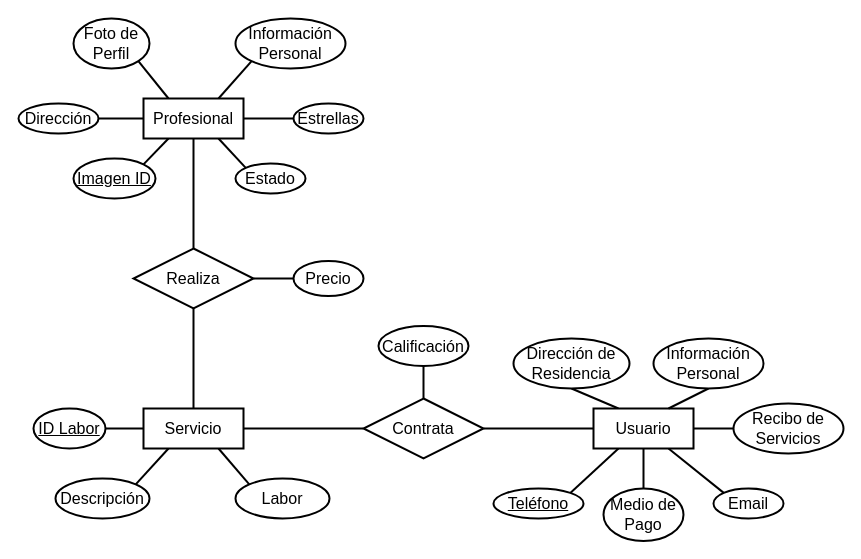
Hazzard1912/domesticapp keeps this draw.io diagram as Diagramas/Dragrama Entidad-Relacion.drawio. Above is the earlier version. Source tidied: cells renumbered, new cells numbered last; positions are measured from the earlier drawing's top-left corner, leaving out a move shared by most shapes. Both pictures are drawn from the tidied source at 100%, with x=0, y=0 at pixel (18, 18).
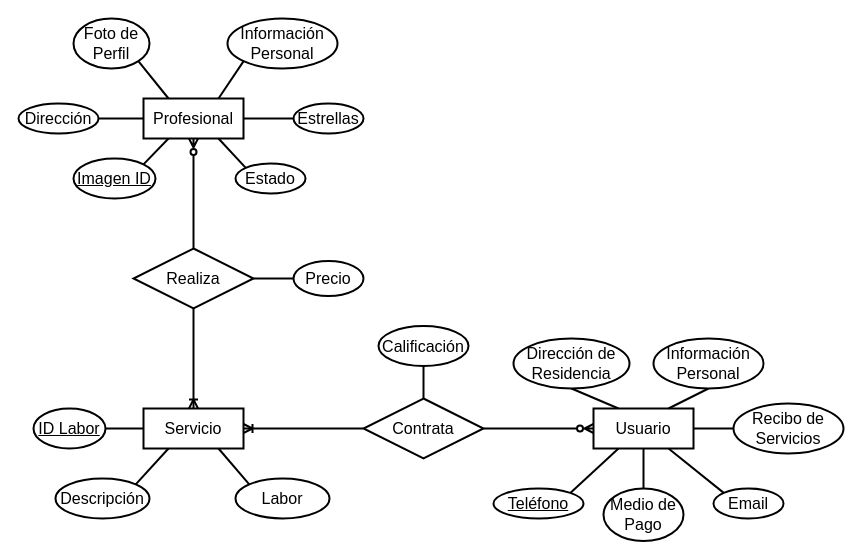
The same page after the edit.

Commit message:
Version 1.0 del diagrama

The change refers to these unchanged cells:
```xml
<mxCell id="9" value="Profesional" style="whiteSpace=wrap;html=1;align=center;strokeWidth=2;fontSize=16;" parent="1" vertex="1">
  <mxGeometry x="125" y="80" width="100" height="40" as="geometry" />
</mxCell>
<mxCell id="16" value="Usuario" style="whiteSpace=wrap;html=1;align=center;strokeWidth=2;fontSize=16;" parent="1" vertex="1">
  <mxGeometry x="575" y="390" width="100" height="40" as="geometry" />
</mxCell>
<mxCell id="18" value="Contrata" style="shape=rhombus;perimeter=rhombusPerimeter;whiteSpace=wrap;html=1;align=center;strokeWidth=2;fontSize=16;" parent="1" vertex="1">
  <mxGeometry x="345" y="380" width="120" height="60" as="geometry" />
</mxCell>
<mxCell id="28" value="Servicio" style="whiteSpace=wrap;html=1;align=center;strokeWidth=2;fontSize=16;" parent="1" vertex="1">
  <mxGeometry x="125" y="390" width="100" height="40" as="geometry" />
</mxCell>
<mxCell id="32" value="Realiza" style="shape=rhombus;perimeter=rhombusPerimeter;whiteSpace=wrap;html=1;align=center;strokeWidth=2;fontSize=16;" parent="1" vertex="1">
  <mxGeometry x="115" y="230" width="120" height="60" as="geometry" />
</mxCell>
```

Diff of the diagram source:
```diff
@@
-    <mxCell id="2" style="edgeStyle=orthogonalEdgeStyle;rounded=0;jettySize=auto;html=1;exitX=0.5;exitY=1;exitDx=0;exitDy=0;entryX=0.5;entryY=0;entryDx=0;entryDy=0;strokeWidth=2;endArrow=none;endFill=0;" parent="1" edge="1" source="9" target="32">
+    <mxCell id="2" style="edgeStyle=orthogonalEdgeStyle;rounded=0;jettySize=auto;html=1;exitX=0.5;exitY=1;exitDx=0;exitDy=0;entryX=0.5;entryY=0;entryDx=0;entryDy=0;strokeWidth=2;endArrow=none;endFill=0;startArrow=ERzeroToMany;startFill=0;" parent="1" edge="1" source="9" target="32">
       <mxGeometry relative="1" as="geometry" />
     </mxCell>
@@
-    <mxCell id="10" style="edgeStyle=orthogonalEdgeStyle;rounded=0;jettySize=auto;html=1;exitX=0;exitY=0.5;exitDx=0;exitDy=0;entryX=1;entryY=0.5;entryDx=0;entryDy=0;endArrow=none;endFill=0;strokeWidth=2;" parent="1" edge="1" source="16" target="18">
+    <mxCell id="10" style="edgeStyle=orthogonalEdgeStyle;rounded=0;jettySize=auto;html=1;exitX=0;exitY=0.5;exitDx=0;exitDy=0;entryX=1;entryY=0.5;entryDx=0;entryDy=0;endArrow=none;endFill=0;strokeWidth=2;startArrow=ERzeroToMany;startFill=0;" parent="1" edge="1" source="16" target="18">
       <mxGeometry relative="1" as="geometry" />
     </mxCell>
@@
     <mxCell id="19" value="Información Personal" style="ellipse;whiteSpace=wrap;html=1;align=center;fontSize=16;strokeWidth=2;" parent="1" vertex="1">
-      <mxGeometry x="217" width="110" height="50" as="geometry" />
+      <mxGeometry x="209" width="110" height="50" as="geometry" />
     </mxCell>
@@
-    <mxCell id="27" style="edgeStyle=orthogonalEdgeStyle;rounded=0;jettySize=auto;html=1;exitX=1;exitY=0.5;exitDx=0;exitDy=0;entryX=0;entryY=0.5;entryDx=0;entryDy=0;endArrow=none;endFill=0;strokeWidth=2;" parent="1" edge="1" source="28" target="18">
+    <mxCell id="27" style="edgeStyle=orthogonalEdgeStyle;rounded=0;jettySize=auto;html=1;exitX=1;exitY=0.5;exitDx=0;exitDy=0;entryX=0;entryY=0.5;entryDx=0;entryDy=0;endArrow=none;endFill=0;strokeWidth=2;startArrow=ERoneToMany;startFill=0;" parent="1" edge="1" source="28" target="18">
       <mxGeometry relative="1" as="geometry" />
     </mxCell>
@@
-    <mxCell id="30" style="edgeStyle=orthogonalEdgeStyle;rounded=0;jettySize=auto;html=1;exitX=0.5;exitY=1;exitDx=0;exitDy=0;endArrow=none;endFill=0;strokeWidth=2;" parent="1" edge="1" source="32" target="28">
+    <mxCell id="30" style="edgeStyle=orthogonalEdgeStyle;rounded=0;jettySize=auto;html=1;exitX=0.5;exitY=1;exitDx=0;exitDy=0;endArrow=ERoneToMany;endFill=0;strokeWidth=2;" parent="1" edge="1" source="32" target="28">
       <mxGeometry relative="1" as="geometry" />
     </mxCell>
```
